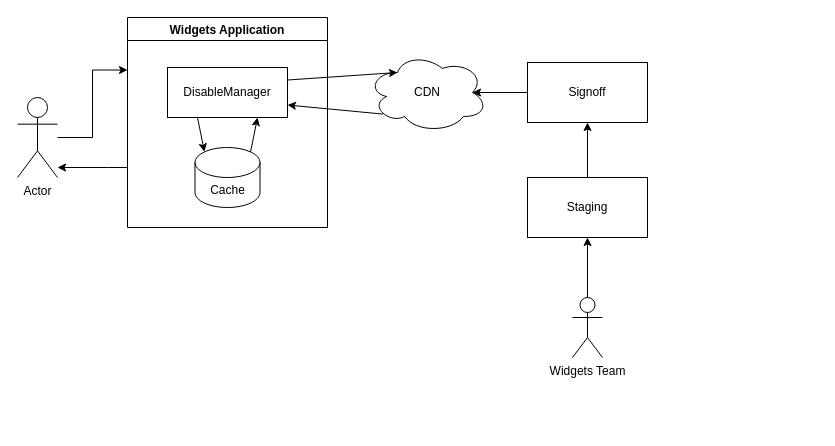
Earlier version of the draw.io diagram tempdisable.drawio (bcso/designs). Source tidied: cells renumbered, new cells numbered last; positions are measured from the earlier drawing's top-left corner, leaving out a move shared by most shapes. Both pictures are drawn from the tidied source at 100%, with x=0, y=0 at pixel (17, 17).
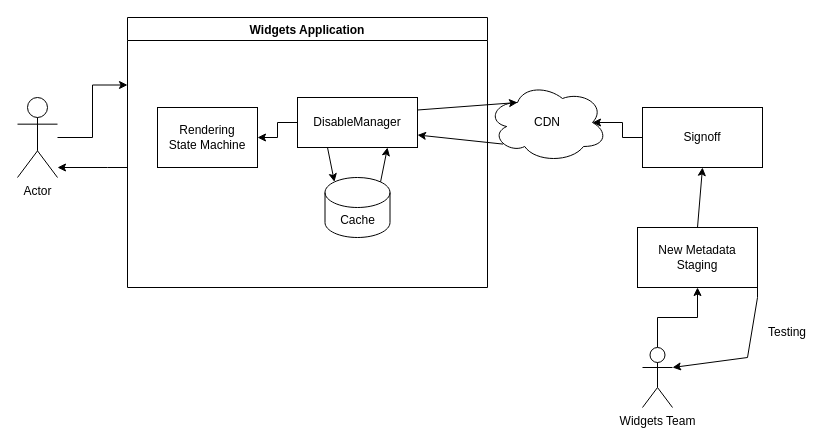
Above is the later version.

Diff of the diagram source:
```diff
@@
     <mxCell id="5" value="Widgets Application" style="swimlane;" parent="1" vertex="1">
-      <mxGeometry x="110" width="200" height="210" as="geometry" />
+      <mxGeometry x="110" width="360" height="270" as="geometry" />
     </mxCell>
     <mxCell id="6" value="Cache" style="shape=cylinder3;whiteSpace=wrap;html=1;boundedLbl=1;backgroundOutline=1;size=15;" parent="5" vertex="1">
-      <mxGeometry x="67.5" y="130" width="65" height="60" as="geometry" />
+      <mxGeometry x="197.5" y="160" width="65" height="60" as="geometry" />
     </mxCell>
+    <mxCell id="19" style="edgeStyle=orthogonalEdgeStyle;rounded=0;jettySize=auto;html=1;entryX=1;entryY=0.5;entryDx=0;entryDy=0;" parent="5" edge="1" source="7" target="20">
+      <mxGeometry relative="1" as="geometry" />
+    </mxCell>
     <mxCell id="7" value="DisableManager" style="rounded=0;whiteSpace=wrap;html=1;" parent="5" vertex="1">
-      <mxGeometry x="40" y="50" width="120" height="50" as="geometry" />
+      <mxGeometry x="170" y="80" width="120" height="50" as="geometry" />
     </mxCell>
@@
+    <mxCell id="20" value="Rendering&lt;br&gt;State Machine" style="rounded=0;whiteSpace=wrap;html=1;" parent="5" vertex="1">
+      <mxGeometry x="30" y="90" width="100" height="60" as="geometry" />
+    </mxCell>
     <mxCell id="10" value="CDN" style="ellipse;shape=cloud;whiteSpace=wrap;html=1;" parent="1" vertex="1">
-      <mxGeometry x="350" y="35" width="120" height="80" as="geometry" />
+      <mxGeometry x="470" y="65" width="120" height="80" as="geometry" />
     </mxCell>
@@
-    <mxCell id="13" value="Staging" style="rounded=0;whiteSpace=wrap;html=1;" parent="1" vertex="1">
-      <mxGeometry x="510" y="160" width="120" height="60" as="geometry" />
+    <mxCell id="13" value="New Metadata Staging" style="rounded=0;whiteSpace=wrap;html=1;" parent="1" vertex="1">
+      <mxGeometry x="620" y="210" width="120" height="60" as="geometry" />
     </mxCell>
@@
     <mxCell id="16" value="Signoff" style="rounded=0;whiteSpace=wrap;html=1;" parent="1" vertex="1">
-      <mxGeometry x="510" y="45" width="120" height="60" as="geometry" />
+      <mxGeometry x="625" y="90" width="120" height="60" as="geometry" />
     </mxCell>
@@
     <mxCell id="18" value="Widgets Team" style="shape=umlActor;verticalLabelPosition=bottom;verticalAlign=top;html=1;outlineConnect=0;" parent="1" vertex="1">
-      <mxGeometry x="555" y="280" width="30" height="60" as="geometry" />
+      <mxGeometry x="625" y="330" width="30" height="60" as="geometry" />
     </mxCell>
+    <mxCell id="21" style="endArrow=classic;html=1;rounded=0;exitX=1;exitY=0.5;exitDx=0;exitDy=0;entryX=1;entryY=0.3333333333333333;entryDx=0;entryDy=0;entryPerimeter=0;" parent="1" edge="1" source="13" target="18">
+      <mxGeometry relative="1" as="geometry">
+        <Array as="points">
+          <mxPoint x="740" y="280" />
+          <mxPoint x="730" y="340" />
+        </Array>
+      </mxGeometry>
+    </mxCell>
+    <mxCell id="22" value="Testing" style="text;html=1;strokeColor=none;fillColor=none;align=center;verticalAlign=middle;whiteSpace=wrap;rounded=0;" parent="1" vertex="1">
+      <mxGeometry x="740" y="300" width="60" height="30" as="geometry" />
+    </mxCell>
```
